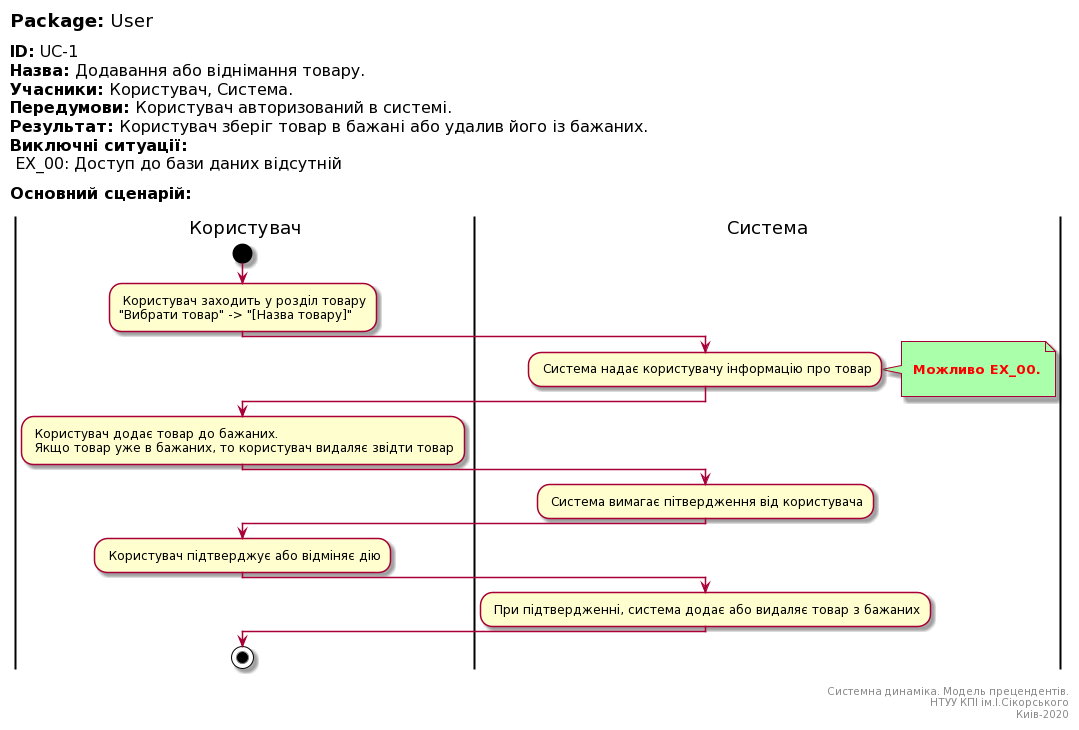
Earlier version of the PlantUML export Doc/UMLdiagrams/scenarios/user/Diagrams/UC1.png (kirilinsane/Team2).
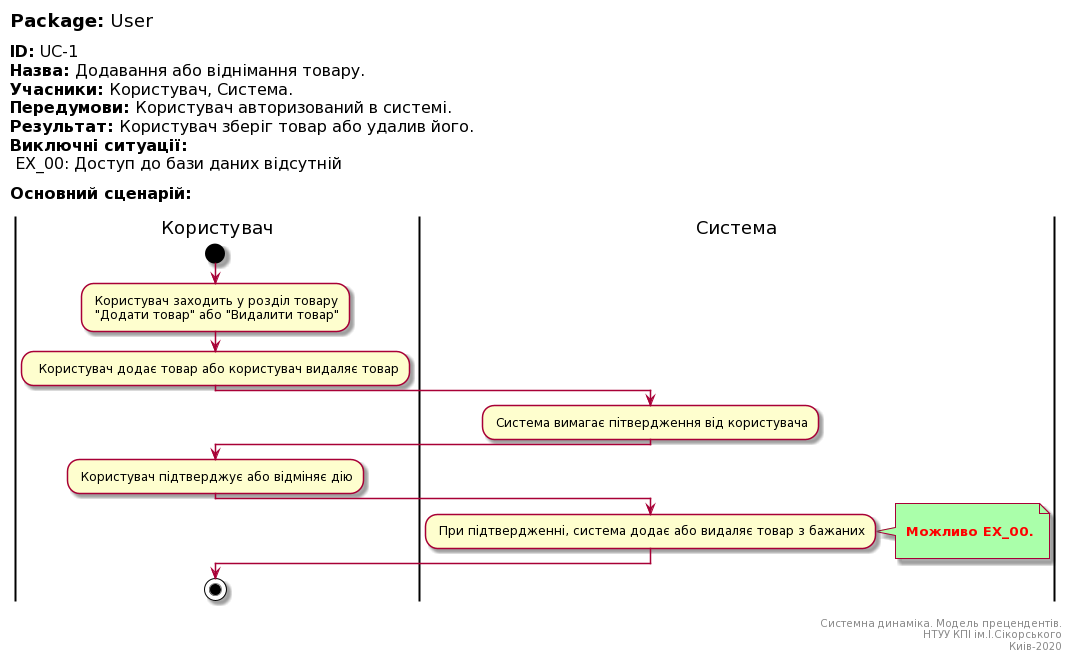
The same file after the commit.

Commit message:
And another one

Change to the diagram source:
```diff
@@ -6,7 +6,7 @@
 <font color=000 size=16><b>Назва:</b> Додавання або віднімання товару.
 <font color=000 size=16><b>Учасники:</b> Користувач, Система.
 <font color=000 size=16><b>Передумови:</b> Користувач авторизований в системі.
-<font color=000 size=16><b>Результат:</b> Користувач зберіг товар в бажані або удалив його із бажаних.
+<font color=000 size=16><b>Результат:</b> Користувач зберіг товар або удалив його.
 <font color=000 size=16><b>Виключні ситуації:</b>
 <font color=000 size=16> EX_00: Доступ до бази даних відсутній
 
@@ -17,19 +17,10 @@
 |Користувач|
 start
 : Користувач заходить у розділ товару
-"Вибрати товар" -> "[Назва товару]";
-
-|Система|
-: Система надає користувачу інформацію про товар;
-note right #aaffaa
-
-<font color=red><b> Можливо EX_00.
-
-end note
+ "Додати товар" або "Видалити товар";
 
 |Користувач|
-: Користувач додає товар до бажаних.
- Якщо товар уже в бажаних, то користувач видаляє звідти товар;
+:  Користувач додає товар або користувач видаляє товар;
 
 |Система|
 : Система вимагає пітвердження від користувача;
@@ -39,6 +30,11 @@
 
 |Система|
 : При підтвердженні, система додає або видаляє товар з бажаних;
+note right #aaffaa
+
+<font color=red><b> Можливо EX_00.
+
+end note
 
 |Користувач|
 stop;
```
